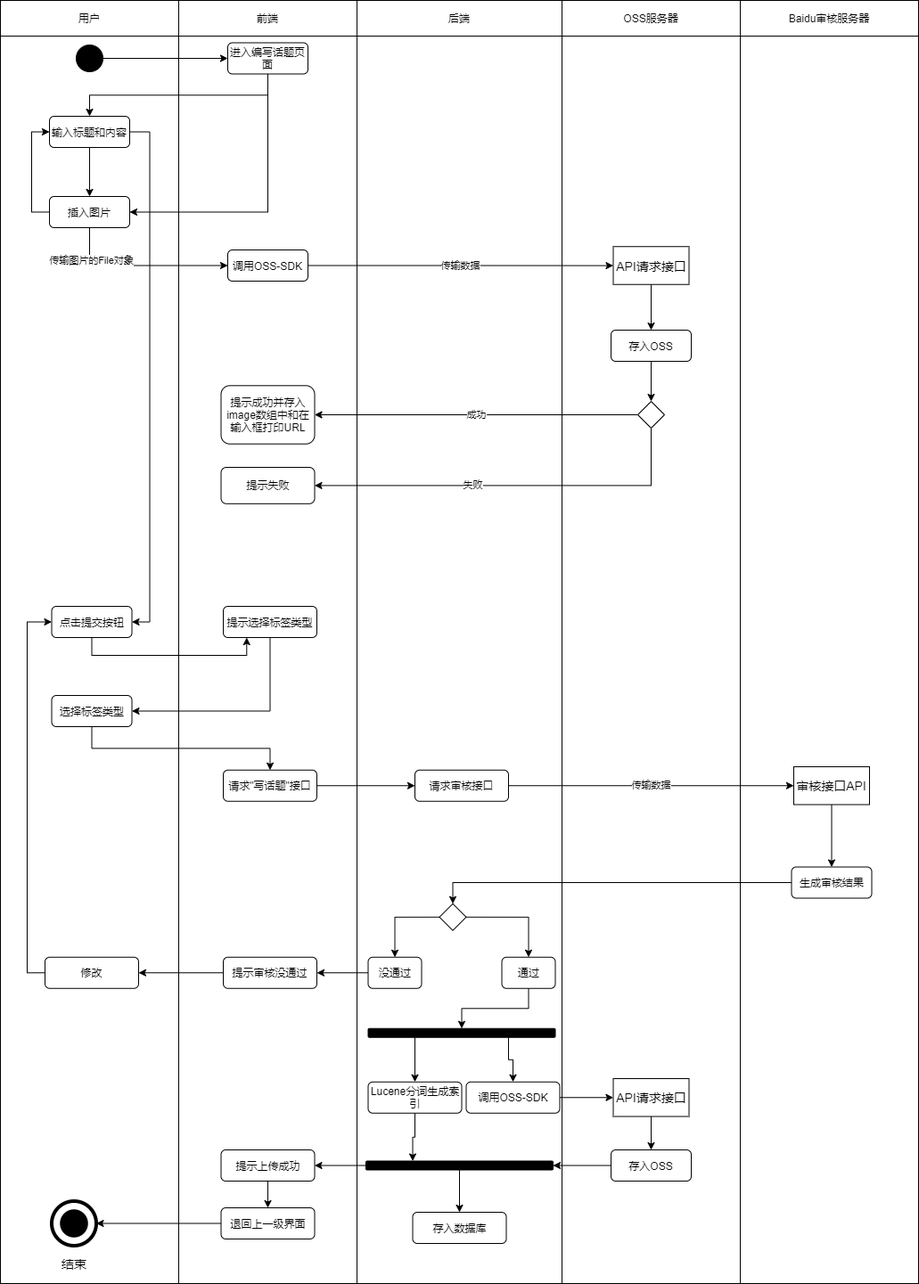
The draw.io diagram user.bbs-topic-impl.active.drawio.png in Jater0/Graduation, before a commit. Source tidied: cells renumbered, new cells last; positions are measured from the earlier drawing's top-left corner, leaving out a move shared by most shapes.
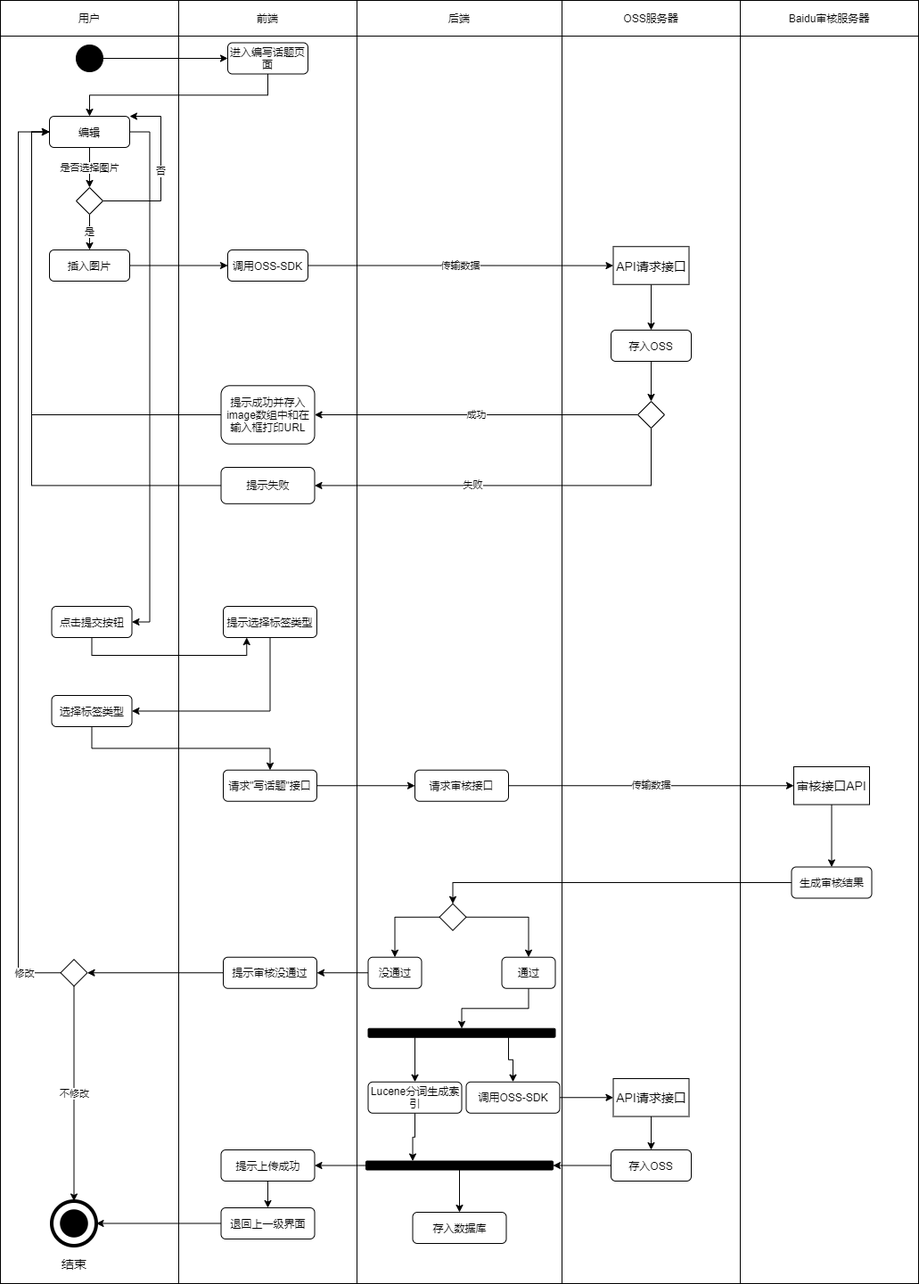
The same diagram one commit later.

The edit, as a diff of the source:
```diff
@@ -29,9 +29,6 @@
     <mxCell id="10" style="edgeStyle=orthogonalEdgeStyle;rounded=0;jettySize=auto;html=1;exitX=0.5;exitY=1;exitDx=0;exitDy=0;" parent="1" edge="1" source="12" target="18">
       <mxGeometry relative="1" as="geometry" />
     </mxCell>
-    <mxCell id="11" style="edgeStyle=orthogonalEdgeStyle;rounded=0;jettySize=auto;html=1;exitX=0.5;exitY=1;exitDx=0;exitDy=0;entryX=1;entryY=0.5;entryDx=0;entryDy=0;" parent="1" edge="1" source="12" target="22">
-      <mxGeometry relative="1" as="geometry" />
-    </mxCell>
     <mxCell id="12" value="进入编写话题页面" style="rounded=1;whiteSpace=wrap;html=1;" parent="1" vertex="1">
       <mxGeometry x="255" y="47.5" width="90" height="35" as="geometry" />
     </mxCell>
@@ -44,26 +41,20 @@
     <mxCell id="15" value="结束" style="text;html=1;strokeColor=none;fillColor=none;align=center;verticalAlign=middle;whiteSpace=wrap;rounded=0;fontSize=14;" parent="1" vertex="1">
       <mxGeometry x="62.5" y="1407.5" width="40" height="20" as="geometry" />
     </mxCell>
-    <mxCell id="16" style="edgeStyle=orthogonalEdgeStyle;rounded=0;jettySize=auto;html=1;exitX=0.5;exitY=1;exitDx=0;exitDy=0;entryX=0.5;entryY=0;entryDx=0;entryDy=0;" parent="1" edge="1" source="18" target="22">
-      <mxGeometry relative="1" as="geometry" />
-    </mxCell>
     <mxCell id="17" style="edgeStyle=orthogonalEdgeStyle;rounded=0;jettySize=auto;html=1;exitX=1;exitY=0.5;exitDx=0;exitDy=0;entryX=1;entryY=0.5;entryDx=0;entryDy=0;" parent="1" edge="1" source="18" target="28">
       <mxGeometry relative="1" as="geometry" />
     </mxCell>
+    <mxCell id="82" value="是否选择图片" style="edgeStyle=orthogonalEdgeStyle;rounded=0;jettySize=auto;html=1;exitX=0.5;exitY=1;exitDx=0;exitDy=0;entryX=0.5;entryY=0;entryDx=0;entryDy=0;" parent="1" edge="1" source="18" target="88">
+      <mxGeometry relative="1" as="geometry" />
+    </mxCell>
-    <mxCell id="18" value="输入标题和内容" style="rounded=1;whiteSpace=wrap;html=1;" parent="1" vertex="1">
+    <mxCell id="18" value="编辑" style="rounded=1;whiteSpace=wrap;html=1;" parent="1" vertex="1">
       <mxGeometry x="55" y="130" width="90" height="35" as="geometry" />
     </mxCell>
-    <mxCell id="19" style="edgeStyle=orthogonalEdgeStyle;rounded=0;jettySize=auto;html=1;exitX=0;exitY=0.5;exitDx=0;exitDy=0;entryX=0;entryY=0.5;entryDx=0;entryDy=0;" parent="1" edge="1" source="22" target="18">
-      <mxGeometry relative="1" as="geometry" />
-    </mxCell>
-    <mxCell id="20" style="edgeStyle=orthogonalEdgeStyle;rounded=0;jettySize=auto;html=1;exitX=0.5;exitY=1;exitDx=0;exitDy=0;entryX=0;entryY=0.5;entryDx=0;entryDy=0;" parent="1" edge="1" source="22" target="34">
+    <mxCell id="20" style="edgeStyle=orthogonalEdgeStyle;rounded=0;jettySize=auto;html=1;exitX=1;exitY=0.5;exitDx=0;exitDy=0;" parent="1" edge="1" source="22" target="34">
       <mxGeometry relative="1" as="geometry" />
     </mxCell>
-    <mxCell id="21" value="传输图片的File对象" style="edgeLabel;html=1;align=center;verticalAlign=middle;" parent="20" vertex="1">
-      <mxGeometry x="-0.64" y="1" relative="1" as="geometry" />
-    </mxCell>
     <mxCell id="22" value="插入图片" style="rounded=1;whiteSpace=wrap;html=1;" parent="1" vertex="1">
-      <mxGeometry x="55" y="220" width="90" height="35" as="geometry" />
+      <mxGeometry x="55" y="280" width="90" height="35" as="geometry" />
     </mxCell>
     <mxCell id="23" style="rounded=0;whiteSpace=wrap;html=1;" parent="1" vertex="1">
       <mxGeometry x="630" y="40" width="200" height="1400" as="geometry" />
@@ -113,6 +104,9 @@
     <mxCell id="38" value="存入OSS" style="rounded=1;whiteSpace=wrap;html=1;" parent="1" vertex="1">
       <mxGeometry x="685" y="370" width="90" height="35" as="geometry" />
     </mxCell>
+    <mxCell id="83" style="edgeStyle=orthogonalEdgeStyle;rounded=0;jettySize=auto;html=1;exitX=0;exitY=0.5;exitDx=0;exitDy=0;entryX=0;entryY=0.5;entryDx=0;entryDy=0;" parent="1" edge="1" source="39" target="18">
+      <mxGeometry relative="1" as="geometry" />
+    </mxCell>
     <mxCell id="39" value="提示成功并存入image数组中和在输入框打印URL" style="rounded=1;whiteSpace=wrap;html=1;" parent="1" vertex="1">
       <mxGeometry x="247.5" y="432.3" width="105" height="65.4" as="geometry" />
     </mxCell>
@@ -161,18 +155,12 @@
     <mxCell id="54" value="没通过" style="rounded=1;whiteSpace=wrap;html=1;" parent="1" vertex="1">
       <mxGeometry x="412.5" y="1073.8" width="60" height="35" as="geometry" />
     </mxCell>
-    <mxCell id="55" style="edgeStyle=orthogonalEdgeStyle;rounded=0;jettySize=auto;html=1;exitX=0;exitY=0.5;exitDx=0;exitDy=0;entryX=1;entryY=0.5;entryDx=0;entryDy=0;" parent="1" edge="1" source="56" target="58">
-      <mxGeometry relative="1" as="geometry" />
-    </mxCell>
+    <mxCell id="84" style="edgeStyle=orthogonalEdgeStyle;rounded=0;jettySize=auto;html=1;exitX=0;exitY=0.5;exitDx=0;exitDy=0;entryX=1;entryY=0.5;entryDx=0;entryDy=0;" parent="1" edge="1" source="56" target="91">
+      <mxGeometry relative="1" as="geometry" />
+    </mxCell>
     <mxCell id="56" value="提示审核没通过" style="rounded=1;whiteSpace=wrap;html=1;" parent="1" vertex="1">
       <mxGeometry x="250" y="1073.8" width="105" height="35" as="geometry" />
     </mxCell>
-    <mxCell id="57" style="edgeStyle=orthogonalEdgeStyle;rounded=0;jettySize=auto;html=1;exitX=0;exitY=0.5;exitDx=0;exitDy=0;entryX=0;entryY=0.5;entryDx=0;entryDy=0;" parent="1" edge="1" source="58" target="28">
-      <mxGeometry relative="1" as="geometry" />
-    </mxCell>
-    <mxCell id="58" value="修改" style="rounded=1;whiteSpace=wrap;html=1;" parent="1" vertex="1">
-      <mxGeometry x="50" y="1073.8" width="105" height="35" as="geometry" />
-    </mxCell>
     <mxCell id="59" style="edgeStyle=orthogonalEdgeStyle;rounded=0;jettySize=auto;html=1;exitX=0.25;exitY=1;exitDx=0;exitDy=0;entryX=0.5;entryY=0;entryDx=0;entryDy=0;" parent="1" edge="1" source="61" target="63">
       <mxGeometry relative="1" as="geometry" />
     </mxCell>
@@ -203,6 +191,9 @@
     <mxCell id="68" style="rhombus;whiteSpace=wrap;html=1;" parent="1" vertex="1">
       <mxGeometry x="715" y="450" width="30" height="30" as="geometry" />
     </mxCell>
+    <mxCell id="85" style="edgeStyle=orthogonalEdgeStyle;rounded=0;jettySize=auto;html=1;exitX=0;exitY=0.5;exitDx=0;exitDy=0;entryX=0;entryY=0.5;entryDx=0;entryDy=0;" parent="1" edge="1" source="69" target="18">
+      <mxGeometry relative="1" as="geometry" />
+    </mxCell>
     <mxCell id="69" value="提示失败" style="rounded=1;whiteSpace=wrap;html=1;" parent="1" vertex="1">
       <mxGeometry x="247.5" y="524" width="105" height="40.8" as="geometry" />
     </mxCell>
@@ -242,5 +233,36 @@
     <mxCell id="81" value="退回上一级界面" style="rounded=1;whiteSpace=wrap;html=1;" parent="1" vertex="1">
       <mxGeometry x="247.5" y="1355" width="105" height="35" as="geometry" />
     </mxCell>
+    <mxCell id="86" value="是" style="edgeStyle=orthogonalEdgeStyle;rounded=0;jettySize=auto;html=1;exitX=0.5;exitY=1;exitDx=0;exitDy=0;" parent="1" edge="1" source="88" target="22">
+      <mxGeometry relative="1" as="geometry" />
+    </mxCell>
+    <mxCell id="87" value="否" style="edgeStyle=orthogonalEdgeStyle;rounded=0;jettySize=auto;html=1;exitX=1;exitY=0.5;exitDx=0;exitDy=0;entryX=1;entryY=0;entryDx=0;entryDy=0;" parent="1" edge="1" source="88" target="18">
+      <mxGeometry relative="1" as="geometry">
+        <Array as="points">
+          <mxPoint x="180" y="225" />
+          <mxPoint x="180" y="130" />
+        </Array>
+      </mxGeometry>
+    </mxCell>
+    <mxCell id="88" style="rhombus;whiteSpace=wrap;html=1;" parent="1" vertex="1">
+      <mxGeometry x="85" y="210" width="30" height="30" as="geometry" />
+    </mxCell>
+    <mxCell id="89" value="不修改" style="edgeStyle=orthogonalEdgeStyle;rounded=0;jettySize=auto;html=1;exitX=0.5;exitY=1;exitDx=0;exitDy=0;entryX=0.5;entryY=0;entryDx=0;entryDy=0;" parent="1" edge="1" source="91" target="13">
+      <mxGeometry relative="1" as="geometry" />
+    </mxCell>
+    <mxCell id="90" style="edgeStyle=orthogonalEdgeStyle;rounded=0;jettySize=auto;html=1;exitX=0;exitY=0.5;exitDx=0;exitDy=0;entryX=0;entryY=0.5;entryDx=0;entryDy=0;" parent="1" edge="1" source="91" target="18">
+      <mxGeometry relative="1" as="geometry">
+        <Array as="points">
+          <mxPoint x="20" y="1091" />
+          <mxPoint x="20" y="148" />
+        </Array>
+      </mxGeometry>
+    </mxCell>
+    <mxCell id="58" value="修改" style="edgeLabel;html=1;align=center;verticalAlign=middle;points=[];" parent="90" vertex="1">
+      <mxGeometry x="-0.92" relative="1" as="geometry" />
+    </mxCell>
+    <mxCell id="91" style="rhombus;whiteSpace=wrap;html=1;" parent="1" vertex="1">
+      <mxGeometry x="67.5" y="1076.2" width="30" height="30" as="geometry" />
+    </mxCell>
   </root>
 </mxGraphModel>
```
